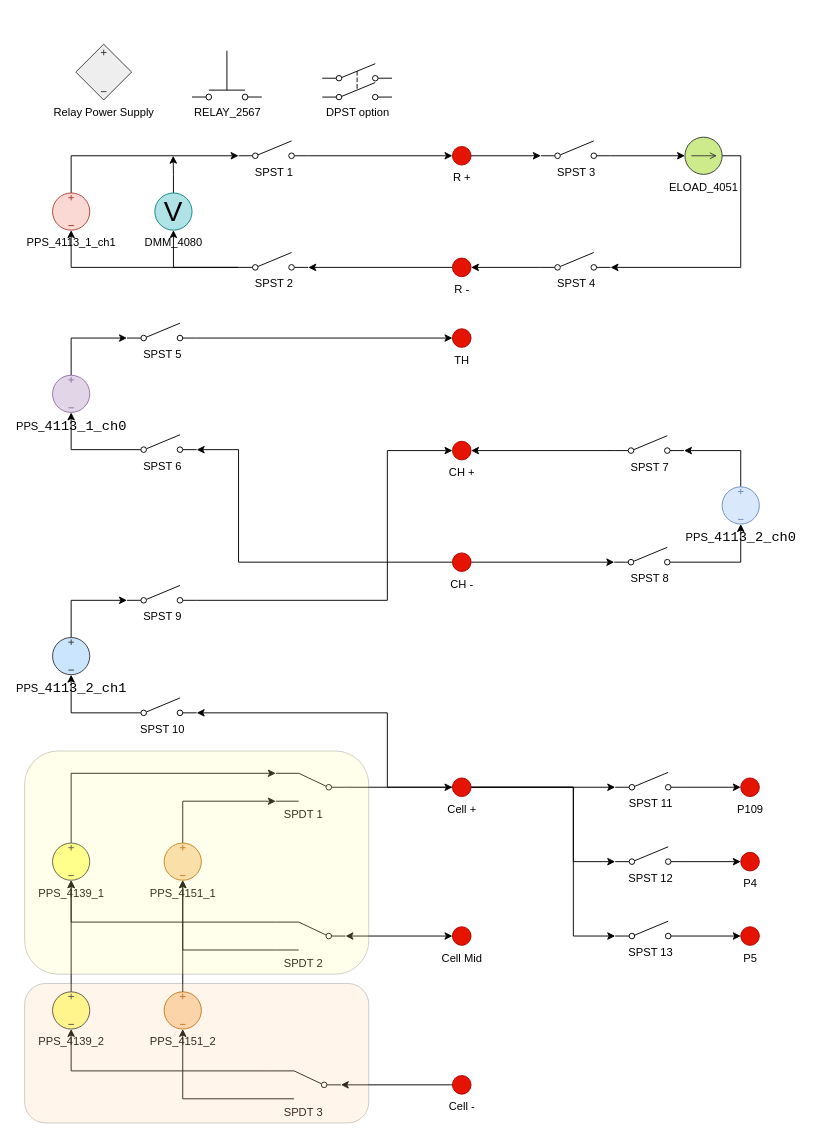
Earlier version of the draw.io diagram BMS_resource.drawio (ktlim-xy/draw-io). Source tidied: cells renumbered, new cells numbered last; positions are measured from the earlier drawing's top-left corner, leaving out a move shared by most shapes. Both pictures are drawn from the tidied source at 93%, with x=0, y=0 at pixel (24, 44).
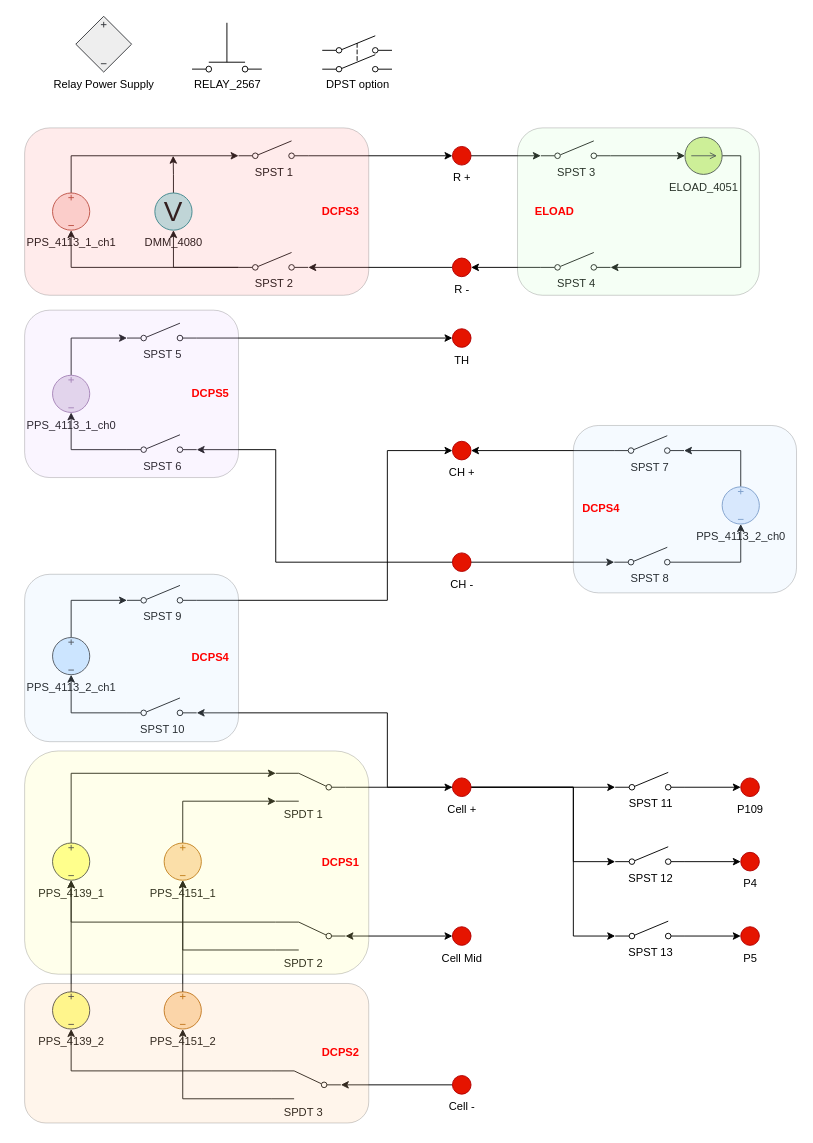
After the change.

Unchanged cells that the change refers to:
```xml
<mxCell id="23" value="CH -" style="verticalLabelPosition=bottom;shadow=0;dashed=0;align=center;html=1;verticalAlign=top;strokeWidth=1;shape=ellipse;perimeter=ellipsePerimeter;fillColor=#e51400;fontColor=light-dark(#000000,#FF0000);strokeColor=#B20000;" parent="1" vertex="1">
  <mxGeometry x="460" y="547" width="20" height="20" as="geometry" />
</mxCell>
<mxCell id="41" value="SPST 6" style="html=1;shape=mxgraph.electrical.electro-mechanical.singleSwitch;elSwitchState=off;verticalAlign=top;labelPosition=center;verticalLabelPosition=bottom;align=center;" parent="1" vertex="1">
  <mxGeometry x="110" y="420" width="75" height="20" as="geometry" />
</mxCell>
```

The edit, as a diff of the source:
```diff
@@
     <mxCell id="22" style="edgeStyle=orthogonalEdgeStyle;rounded=0;jettySize=auto;html=1;entryX=1;entryY=0.8;entryDx=0;entryDy=0;" parent="1" edge="1" source="23" target="41">
       <mxGeometry relative="1" as="geometry">
         <Array as="points">
-          <mxPoint x="230" y="557" />
-          <mxPoint x="230" y="436" />
+          <mxPoint x="270" y="557" />
+          <mxPoint x="270" y="436" />
         </Array>
       </mxGeometry>
     </mxCell>
@@
-    <mxCell id="25" value="&lt;span style=&quot;background-color: transparent; color: light-dark(rgb(0, 0, 0), rgb(255, 255, 255));&quot;&gt;PPS_&lt;/span&gt;&lt;span style=&quot;font-family: Consolas; font-size: 11pt; background-color: transparent; color: light-dark(rgb(0, 0, 0), rgb(255, 255, 255));&quot;&gt;4113_2_ch0&lt;/span&gt;" style="verticalLabelPosition=bottom;shadow=0;dashed=0;align=center;html=1;verticalAlign=top;shape=mxgraph.electrical.signal_sources.source;points=[[0.5,0,0],[1,0.5,0],[0.5,1,0],[0,0.5,0]];elSignalType=dc3;rotation=0;fillColor=#dae8fc;strokeColor=#6c8ebf;" parent="1" vertex="1">
+    <mxCell id="25" value="PPS_4113_2_ch0" style="verticalLabelPosition=bottom;shadow=0;dashed=0;align=center;html=1;verticalAlign=top;shape=mxgraph.electrical.signal_sources.source;points=[[0.5,0,0],[1,0.5,0],[0.5,1,0],[0,0.5,0]];elSignalType=dc3;rotation=0;fillColor=#dae8fc;strokeColor=#6c8ebf;" parent="1" vertex="1">
       <mxGeometry x="750" y="476" width="40" height="40" as="geometry" />
     </mxCell>
@@
-    <mxCell id="34" value="PPS_&lt;span style=&quot;font-family: Consolas; font-size: 11pt; background-color: transparent; color: light-dark(rgb(0, 0, 0), rgb(255, 255, 255));&quot;&gt;4113_2_ch1&lt;/span&gt;&lt;div&gt;&lt;span style=&quot;font-family: Consolas; font-size: 11pt; background-color: transparent; color: light-dark(rgb(0, 0, 0), rgb(255, 255, 255));&quot;&gt;&lt;br&gt;&lt;/span&gt;&lt;/div&gt;" style="verticalLabelPosition=bottom;shadow=0;dashed=0;align=center;html=1;verticalAlign=top;shape=mxgraph.electrical.signal_sources.source;points=[[0.5,0,0],[1,0.5,0],[0.5,1,0],[0,0.5,0]];elSignalType=dc3;rotation=0;fillColor=#cce5ff;strokeColor=#36393d;" parent="1" vertex="1">
+    <mxCell id="34" value="PPS_4113_2_ch1" style="verticalLabelPosition=bottom;shadow=0;dashed=0;align=center;html=1;verticalAlign=top;shape=mxgraph.electrical.signal_sources.source;points=[[0.5,0,0],[1,0.5,0],[0.5,1,0],[0,0.5,0]];elSignalType=dc3;rotation=0;fillColor=#cce5ff;strokeColor=#36393d;labelPosition=center;" parent="1" vertex="1">
       <mxGeometry x="30" y="638" width="40" height="40" as="geometry" />
     </mxCell>
@@
-    <mxCell id="38" value="PPS_&lt;span style=&quot;font-family: Consolas; font-size: 11pt; background-color: transparent; color: light-dark(rgb(0, 0, 0), rgb(255, 255, 255));&quot;&gt;4113_1_ch0&lt;/span&gt;" style="verticalLabelPosition=bottom;shadow=0;dashed=0;align=center;html=1;verticalAlign=top;shape=mxgraph.electrical.signal_sources.source;points=[[0.5,0,0],[1,0.5,0],[0.5,1,0],[0,0.5,0]];elSignalType=dc3;rotation=0;fillColor=#e1d5e7;strokeColor=#9673a6;" parent="1" vertex="1">
+    <mxCell id="38" value="PPS_4113_1_ch0&lt;div&gt;&lt;br&gt;&lt;/div&gt;" style="verticalLabelPosition=bottom;shadow=0;dashed=0;align=center;html=1;verticalAlign=top;shape=mxgraph.electrical.signal_sources.source;points=[[0.5,0,0],[1,0.5,0],[0.5,1,0],[0,0.5,0]];elSignalType=dc3;rotation=0;fillColor=#e1d5e7;strokeColor=#9673a6;" parent="1" vertex="1">
       <mxGeometry x="30" y="356" width="40" height="40" as="geometry" />
     </mxCell>
@@
     <mxCell id="80" value="Relay Power Supply" style="verticalLabelPosition=bottom;shadow=0;dashed=0;align=center;html=1;verticalAlign=top;shape=mxgraph.electrical.signal_sources.source;elSourceType=dependent;elSignalType=dc3;fillColor=#eeeeee;strokeColor=#36393d;" parent="1" vertex="1">
-      <mxGeometry x="55" width="60" height="60" as="geometry" />
+      <mxGeometry x="55" y="-30" width="60" height="60" as="geometry" />
     </mxCell>
     <mxCell id="81" value="DPST option" style="verticalLabelPosition=bottom;shadow=0;dashed=0;align=center;html=1;verticalAlign=top;shape=mxgraph.electrical.electro-mechanical.dpst2;elSwitchState=off;" parent="1" vertex="1">
-      <mxGeometry x="320" y="21" width="75" height="39" as="geometry" />
+      <mxGeometry x="320" y="-9" width="75" height="39" as="geometry" />
     </mxCell>
     <mxCell id="82" value="RELAY_2567" style="verticalLabelPosition=bottom;shadow=0;dashed=0;align=center;html=1;verticalAlign=top;shape=mxgraph.electrical.electro-mechanical.pushbuttonMakeSwitch2;elSwitchState=1;" parent="1" vertex="1">
-      <mxGeometry x="180" y="7" width="75" height="53" as="geometry" />
+      <mxGeometry x="180" y="-23" width="75" height="53" as="geometry" />
     </mxCell>
@@
+    <mxCell id="87" style="rounded=1;whiteSpace=wrap;html=1;fillColor=#FF9999;gradientColor=none;fillStyle=auto;gradientDirection=radial;opacity=20;" parent="1" vertex="1">
+      <mxGeometry y="90" width="370" height="180" as="geometry" />
+    </mxCell>
+    <mxCell id="88" style="rounded=1;whiteSpace=wrap;html=1;fillColor=#CCE5FF;gradientColor=none;fillStyle=auto;gradientDirection=radial;opacity=20;" parent="1" vertex="1">
+      <mxGeometry y="570" width="230" height="180" as="geometry" />
+    </mxCell>
+    <mxCell id="89" style="rounded=1;whiteSpace=wrap;html=1;fillColor=#CCE5FF;gradientColor=none;fillStyle=auto;gradientDirection=radial;opacity=20;" parent="1" vertex="1">
+      <mxGeometry x="590" y="410" width="240" height="180" as="geometry" />
+    </mxCell>
+    <mxCell id="90" style="rounded=1;whiteSpace=wrap;html=1;fillColor=#E5CCFF;gradientColor=none;fillStyle=auto;gradientDirection=radial;opacity=20;" parent="1" vertex="1">
+      <mxGeometry y="286" width="230" height="180" as="geometry" />
+    </mxCell>
+    <mxCell id="91" style="rounded=1;whiteSpace=wrap;html=1;fillColor=#CCFFCC;gradientColor=none;fillStyle=auto;gradientDirection=radial;opacity=20;" parent="1" vertex="1">
+      <mxGeometry x="530" y="90" width="260" height="180" as="geometry" />
+    </mxCell>
+    <mxCell id="92" value="&lt;b&gt;&lt;font style=&quot;color: rgb(255, 0, 0);&quot;&gt;DCPS1&lt;/font&gt;&lt;/b&gt;" style="text;html=1;whiteSpace=wrap;strokeColor=none;fillColor=none;align=center;verticalAlign=middle;rounded=0;" parent="1" vertex="1">
+      <mxGeometry x="310" y="865" width="60" height="30" as="geometry" />
+    </mxCell>
+    <mxCell id="93" value="&lt;b&gt;&lt;font style=&quot;color: rgb(255, 0, 0);&quot;&gt;DCPS2&lt;/font&gt;&lt;/b&gt;" style="text;html=1;whiteSpace=wrap;strokeColor=none;fillColor=none;align=center;verticalAlign=middle;rounded=0;" parent="1" vertex="1">
+      <mxGeometry x="310" y="1070" width="60" height="30" as="geometry" />
+    </mxCell>
+    <mxCell id="94" value="&lt;b&gt;&lt;font style=&quot;color: rgb(255, 0, 0);&quot;&gt;DCPS3&lt;/font&gt;&lt;/b&gt;" style="text;html=1;whiteSpace=wrap;strokeColor=none;fillColor=none;align=center;verticalAlign=middle;rounded=0;" parent="1" vertex="1">
+      <mxGeometry x="310" y="165" width="60" height="30" as="geometry" />
+    </mxCell>
+    <mxCell id="95" value="&lt;b&gt;&lt;font style=&quot;color: rgb(255, 0, 0);&quot;&gt;DCPS4&lt;/font&gt;&lt;/b&gt;" style="text;html=1;whiteSpace=wrap;strokeColor=none;fillColor=none;align=center;verticalAlign=middle;rounded=0;" parent="1" vertex="1">
+      <mxGeometry x="170" y="645" width="60" height="30" as="geometry" />
+    </mxCell>
+    <mxCell id="96" value="&lt;b&gt;&lt;font style=&quot;color: rgb(255, 0, 0);&quot;&gt;DCPS4&lt;/font&gt;&lt;/b&gt;" style="text;html=1;whiteSpace=wrap;strokeColor=none;fillColor=none;align=center;verticalAlign=middle;rounded=0;" parent="1" vertex="1">
+      <mxGeometry x="590" y="485" width="60" height="30" as="geometry" />
+    </mxCell>
+    <mxCell id="97" value="&lt;b&gt;&lt;font style=&quot;color: rgb(255, 0, 0);&quot;&gt;DCPS5&lt;/font&gt;&lt;/b&gt;" style="text;html=1;whiteSpace=wrap;strokeColor=none;fillColor=none;align=center;verticalAlign=middle;rounded=0;" parent="1" vertex="1">
+      <mxGeometry x="170" y="361" width="60" height="30" as="geometry" />
+    </mxCell>
+    <mxCell id="98" value="&lt;b&gt;&lt;font style=&quot;color: rgb(255, 0, 0);&quot;&gt;ELOAD&lt;/font&gt;&lt;/b&gt;" style="text;html=1;whiteSpace=wrap;strokeColor=none;fillColor=none;align=center;verticalAlign=middle;rounded=0;" parent="1" vertex="1">
+      <mxGeometry x="540" y="165" width="60" height="30" as="geometry" />
+    </mxCell>
```
